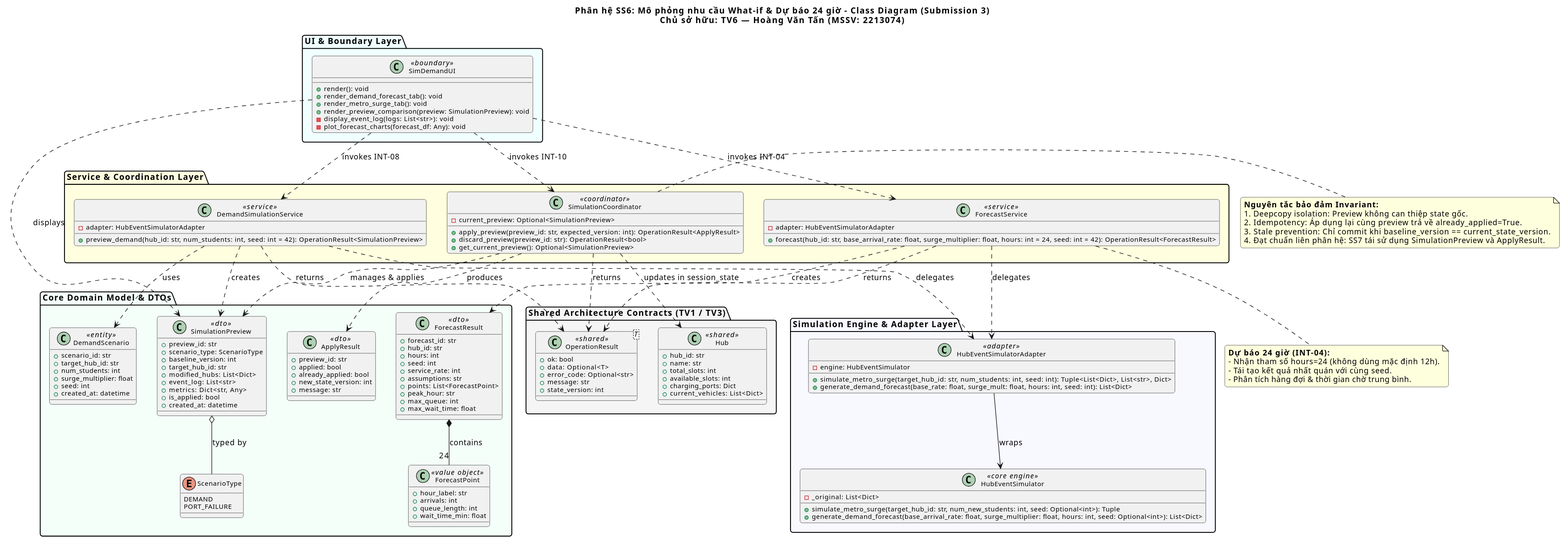
Before: docs/diagrams/submission_3/SS6/class_diagram.svg, a diagram exported from PlantUML (Dat-nguyen195/BTL_CNPM).
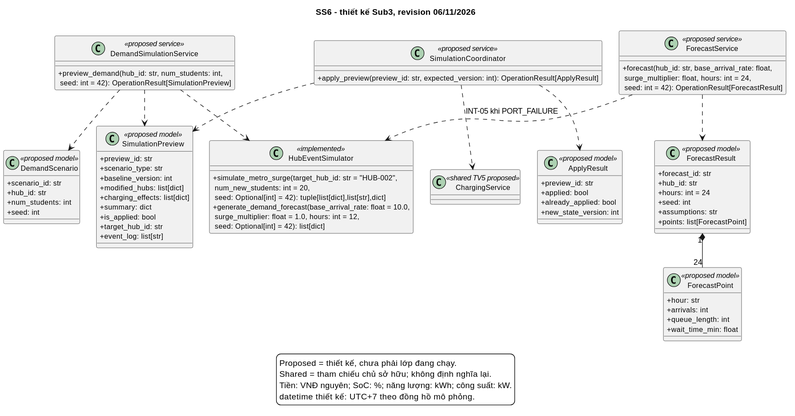
The same diagram one commit later.

Change to the diagram source:
```diff
@@ -1,168 +1,78 @@
 @startuml
 skinparam backgroundColor white
 skinparam shadowing false
-skinparam defaultFontName "Segoe UI", Arial, SansSerif
-skinparam roundCorner 8
-skinparam classFontSize 12
-skinparam classAttributeFontSize 11
+skinparam defaultFontName SansSerif
+skinparam classAttributeIconSize 0
+skinparam classFontSize 14
+skinparam classAttributeFontSize 12
+skinparam nodesep 28
+skinparam ranksep 32
+title SS6 - thiết kế Sub3, revision 06/11/2026
+class DemandScenario <<proposed model>> {
+  +scenario_id: str
+  +hub_id: str
+  +num_students: int
+  +seed: int
+}
+class ForecastPoint <<proposed model>> {
+  +hour: str
+  +arrivals: int
+  +queue_length: int
+  +wait_time_min: float
+}
+class ForecastResult <<proposed model>> {
+  +forecast_id: str
+  +hub_id: str
+  +hours: int = 24
+  +seed: int
+  +assumptions: str
+  +points: list[ForecastPoint]
+}
+class SimulationPreview <<proposed model>> {
+  +preview_id: str
+  +scenario_type: str
+  +baseline_version: int
+  +modified_hubs: list[dict]
+  +charging_effects: list[dict]
+  +summary: dict
+  +is_applied: bool
+  +target_hub_id: str
+  +event_log: list[str]
+}
+class ApplyResult <<proposed model>> {
+  +preview_id: str
+  +applied: bool
+  +already_applied: bool
+  +new_state_version: int
+}
+class DemandSimulationService <<proposed service>> {
+  +preview_demand(hub_id: str, num_students: int,\n seed: int = 42): OperationResult[SimulationPreview]
+}
+class ForecastService <<proposed service>> {
+  +forecast(hub_id: str, base_arrival_rate: float,\n surge_multiplier: float, hours: int = 24,\n seed: int = 42): OperationResult[ForecastResult]
+}
+class SimulationCoordinator <<proposed service>> {
+  +apply_preview(preview_id: str, expected_version: int): OperationResult[ApplyResult]
+}
+class HubEventSimulator <<implemented>> {
+  +simulate_metro_surge(target_hub_id: str = "HUB-002",\n num_new_students: int = 20,\n seed: Optional[int] = 42): tuple[list[dict],list[str],dict]
+  +generate_demand_forecast(base_arrival_rate: float = 10.0,\n surge_multiplier: float = 1.0, hours: int = 12,\n seed: Optional[int] = 42): list[dict]
+}
+ForecastResult "1" *-- "24" ForecastPoint
+DemandSimulationService ..> DemandScenario
+DemandSimulationService ..> SimulationPreview
+ForecastService ..> ForecastResult
+SimulationCoordinator ..> SimulationPreview
+SimulationCoordinator ..> ApplyResult
+DemandSimulationService ..> HubEventSimulator
+ForecastService ..> HubEventSimulator
+SimulationCoordinator ..> ChargingService : INT-05 khi PORT_FAILURE
+class ChargingService <<shared TV5 proposed>>
 
-title "Phân hệ SS6: Mô phỏng nhu cầu What-if & Dự báo 24 giờ - Class Diagram (Submission 3)\nChủ sở hữu: TV6 — Hoàng Văn Tấn (MSSV: 2213074)"
-
-package "UI & Boundary Layer" #Azure {
-    class SimDemandUI <<boundary>> {
-        + render(): void
-        + render_demand_forecast_tab(): void
-        + render_metro_surge_tab(): void
-        + render_preview_comparison(preview: SimulationPreview): void
-        - display_event_log(logs: List<str>): void
-        - plot_forecast_charts(forecast_df: Any): void
-    }
-}
-
-package "Service & Coordination Layer" #LightYellow {
-    class DemandSimulationService <<service>> {
-        - adapter: HubEventSimulatorAdapter
-        + preview_demand(hub_id: str, num_students: int, seed: int = 42): OperationResult<SimulationPreview>
-    }
-
-    class ForecastService <<service>> {
-        - adapter: HubEventSimulatorAdapter
-        + forecast(hub_id: str, base_arrival_rate: float, surge_multiplier: float, hours: int = 24, seed: int = 42): OperationResult<ForecastResult>
-    }
-
-    class SimulationCoordinator <<coordinator>> {
-        - current_preview: Optional<SimulationPreview>
-        + apply_preview(preview_id: str, expected_version: int): OperationResult<ApplyResult>
-        + discard_preview(preview_id: str): OperationResult<bool>
-        + get_current_preview(): Optional<SimulationPreview>
-    }
-}
-
-package "Core Domain Model & DTOs" #MintCream {
-    enum ScenarioType {
-        DEMAND
-        PORT_FAILURE
-    }
-
-    class DemandScenario <<entity>> {
-        + scenario_id: str
-        + target_hub_id: str
-        + num_students: int
-        + surge_multiplier: float
-        + seed: int
-        + created_at: datetime
-    }
-
-    class ForecastPoint <<value object>> {
-        + hour_label: str
-        + arrivals: int
-        + queue_length: int
-        + wait_time_min: float
-    }
-
-    class ForecastResult <<dto>> {
-        + forecast_id: str
-        + hub_id: str
-        + hours: int
-        + seed: int
-        + service_rate: int
-        + assumptions: str
-        + points: List<ForecastPoint>
-        + peak_hour: str
-        + max_queue: int
-        + max_wait_time: float
-    }
-
-    class SimulationPreview <<dto>> {
-        + preview_id: str
-        + scenario_type: ScenarioType
-        + baseline_version: int
-        + target_hub_id: str
-        + modified_hubs: List<Dict>
-        + event_log: List<str>
-        + metrics: Dict<str, Any>
-        + is_applied: bool
-        + created_at: datetime
-    }
-
-    class ApplyResult <<dto>> {
-        + preview_id: str
-        + applied: bool
-        + already_applied: bool
-        + new_state_version: int
-        + message: str
-    }
-}
-
-package "Shared Architecture Contracts (TV1 / TV3)" #WhiteSmoke {
-    class OperationResult<T> <<shared>> {
-        + ok: bool
-        + data: Optional<T>
-        + error_code: Optional<str>
-        + message: str
-        + state_version: int
-    }
-
-    class Hub <<shared>> {
-        + hub_id: str
-        + name: str
-        + total_slots: int
-        + available_slots: int
-        + charging_ports: Dict
-        + current_vehicles: List<Dict>
-    }
-}
-
-package "Simulation Engine & Adapter Layer" #GhostWhite {
-    class HubEventSimulatorAdapter <<adapter>> {
-        - engine: HubEventSimulator
-        + simulate_metro_surge(target_hub_id: str, num_students: int, seed: int): Tuple<List<Dict>, List<str>, Dict>
-        + generate_demand_forecast(base_rate: float, surge_mult: float, hours: int, seed: int): List<Dict>
-    }
-
-    class HubEventSimulator <<core engine>> {
-        - _original: List<Dict>
-        + simulate_metro_surge(target_hub_id: str, num_new_students: int, seed: Optional<int>): Tuple
-        + generate_demand_forecast(base_arrival_rate: float, surge_multiplier: float, hours: int, seed: Optional<int>): List<Dict>
-    }
-}
-
-SimDemandUI ..> DemandSimulationService : invokes INT-08
-SimDemandUI ..> ForecastService : invokes INT-04
-SimDemandUI ..> SimulationCoordinator : invokes INT-10
-SimDemandUI ..> SimulationPreview : displays
-
-DemandSimulationService ..> HubEventSimulatorAdapter : delegates
-ForecastService ..> HubEventSimulatorAdapter : delegates
-HubEventSimulatorAdapter --> HubEventSimulator : wraps
-
-DemandSimulationService ..> SimulationPreview : creates
-DemandSimulationService ..> DemandScenario : uses
-ForecastService ..> ForecastResult : creates
-ForecastResult *-- "24" ForecastPoint : contains
-
-SimulationCoordinator ..> SimulationPreview : manages & applies
-SimulationCoordinator ..> ApplyResult : produces
-SimulationCoordinator ..> Hub : updates in session_state
-
-DemandSimulationService ..> OperationResult : returns
-ForecastService ..> OperationResult : returns
-SimulationCoordinator ..> OperationResult : returns
-
-SimulationPreview o-- ScenarioType : typed by
-
-note right of SimulationCoordinator
-  <b>Nguyên tắc bảo đảm Invariant:</b>
-  1. Deepcopy isolation: Preview không can thiệp state gốc.
-  2. Idempotency: Áp dụng lại cùng preview trả về already_applied=True.
-  3. Stale prevention: Chỉ commit khi baseline_version == current_state_version.
-  4. Đạt chuẩn liên phân hệ: SS7 tái sử dụng SimulationPreview và ApplyResult.
-end note
-
-note bottom of ForecastService
-  <b>Dự báo 24 giờ (INT-04):</b>
-  - Nhận tham số hours=24 (không dùng mặc định 12h).
-  - Tái tạo kết quả nhất quán với cùng seed.
-  - Phân tích hàng đợi & thời gian chờ trung bình.
-end note
+legend bottom
+  Proposed = thiết kế, chưa phải lớp đang chạy.
+  Shared = tham chiếu chủ sở hữu; không định nghĩa lại.
+  Tiền: VNĐ nguyên; SoC: %; năng lượng: kWh; công suất: kW.
+  datetime thiết kế: UTC+7 theo đồng hồ mô phỏng.
+endlegend
 @enduml
```
